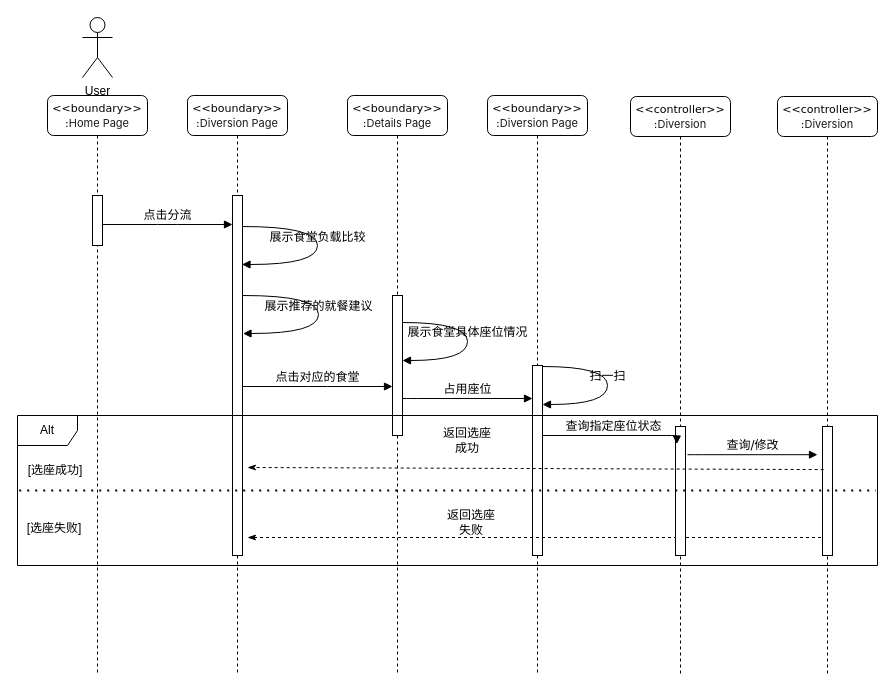
lglglglgy/dining-front- keeps this draw.io diagram as 用例1.drawio. Above is the earlier version. Source tidied: cells renumbered, new cells numbered last; positions are measured from the earlier drawing's top-left corner, leaving out a move shared by most shapes. Both pictures are drawn from the tidied source at 100%, with x=0, y=0 at pixel (17, 17).
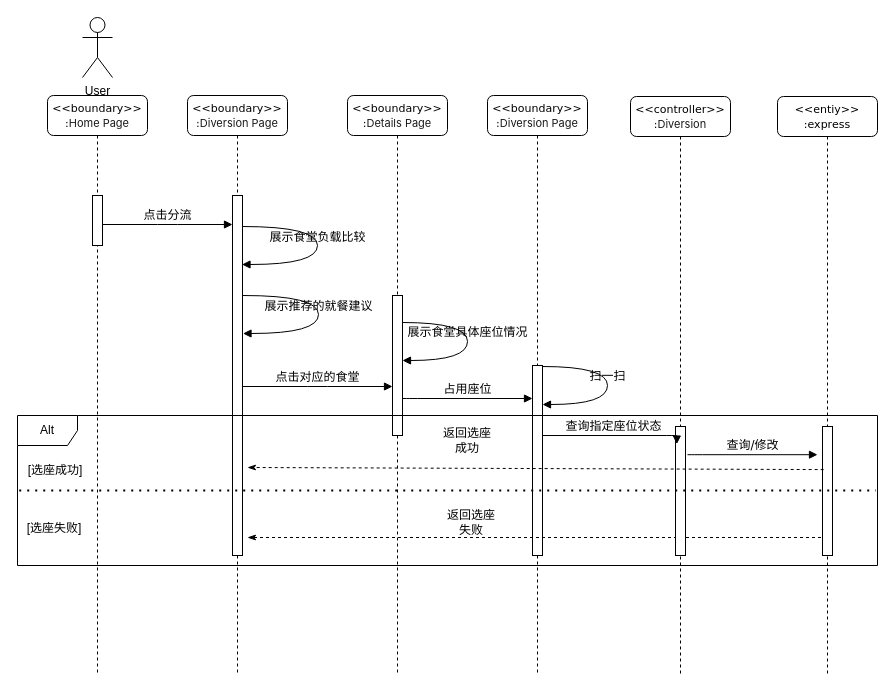
The same diagram, later.

Change to the diagram source:
```diff
@@
-    <mxCell id="28" value="&lt;div&gt;&lt;font style=&quot;font-size: 11px;&quot;&gt;&amp;lt;&amp;lt;controller&amp;gt;&amp;gt;&lt;/font&gt;&lt;/div&gt;&lt;font style=&quot;font-size: 11px;&quot;&gt;:&lt;span style=&quot;color: rgba(0, 0, 0, 0.9); font-family: -apple-system, &amp;quot;system-ui&amp;quot;, &amp;quot;Segoe UI&amp;quot;, system-ui, -apple-system, &amp;quot;Segoe UI&amp;quot;, Roboto, Ubuntu, Cantarell, &amp;quot;Noto Sans&amp;quot;, sans-serif, Arial, &amp;quot;PingFang SC&amp;quot;, &amp;quot;Source Han Sans SC&amp;quot;, &amp;quot;Microsoft YaHei UI&amp;quot;, &amp;quot;Microsoft YaHei&amp;quot;, &amp;quot;Noto Sans CJK SC&amp;quot;, sans-serif; text-align: left; white-space-collapse: preserve; background-color: rgb(255, 255, 255);&quot;&gt;Diversion&lt;/span&gt;&lt;/font&gt;" style="shape=umlLifeline;perimeter=lifelinePerimeter;whiteSpace=wrap;html=1;outlineConnect=0;rounded=1;shadow=0;comic=0;labelBackgroundColor=none;strokeWidth=1;fontFamily=Verdana;fontSize=12;align=center;" parent="1" vertex="1">
+    <mxCell id="28" value="&lt;div&gt;&lt;font style=&quot;font-size: 11px;&quot;&gt;&amp;lt;&amp;lt;entiy&amp;gt;&amp;gt;&lt;/font&gt;&lt;/div&gt;&lt;div&gt;&lt;span style=&quot;font-size: 11px;&quot;&gt;:express&lt;/span&gt;&lt;/div&gt;" style="shape=umlLifeline;perimeter=lifelinePerimeter;whiteSpace=wrap;html=1;outlineConnect=0;rounded=1;shadow=0;comic=0;labelBackgroundColor=none;strokeWidth=1;fontFamily=Verdana;fontSize=12;align=center;" parent="1" vertex="1">
       <mxGeometry x="760" y="79" width="100" height="580" as="geometry" />
     </mxCell>
```
